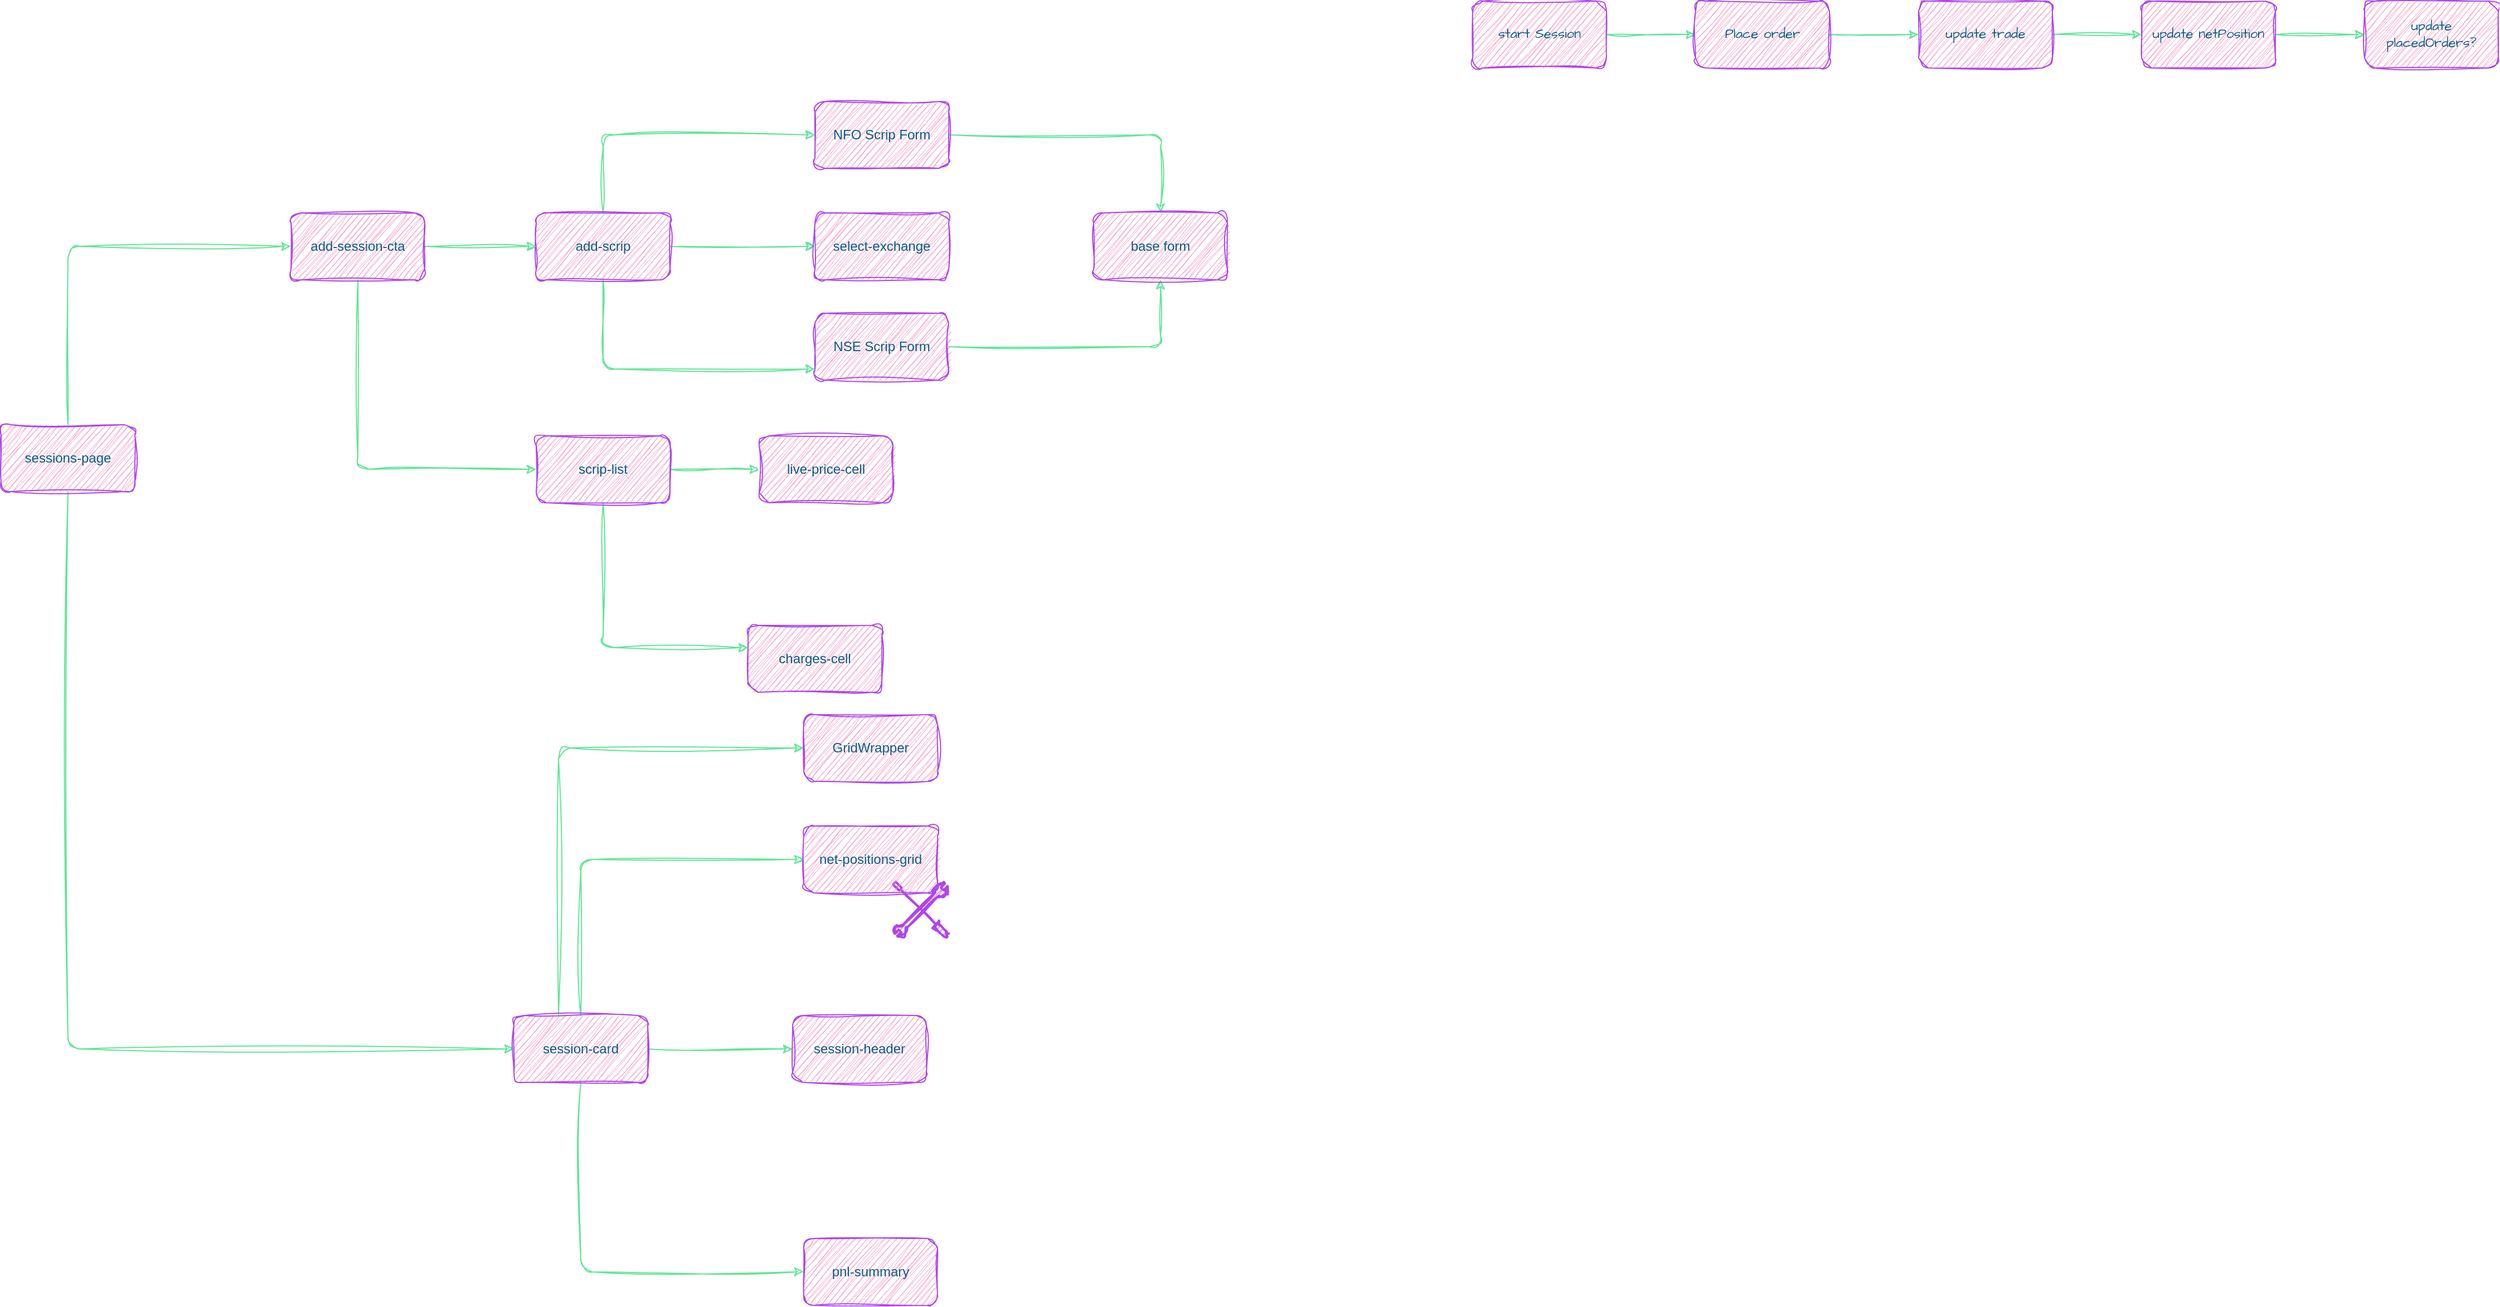
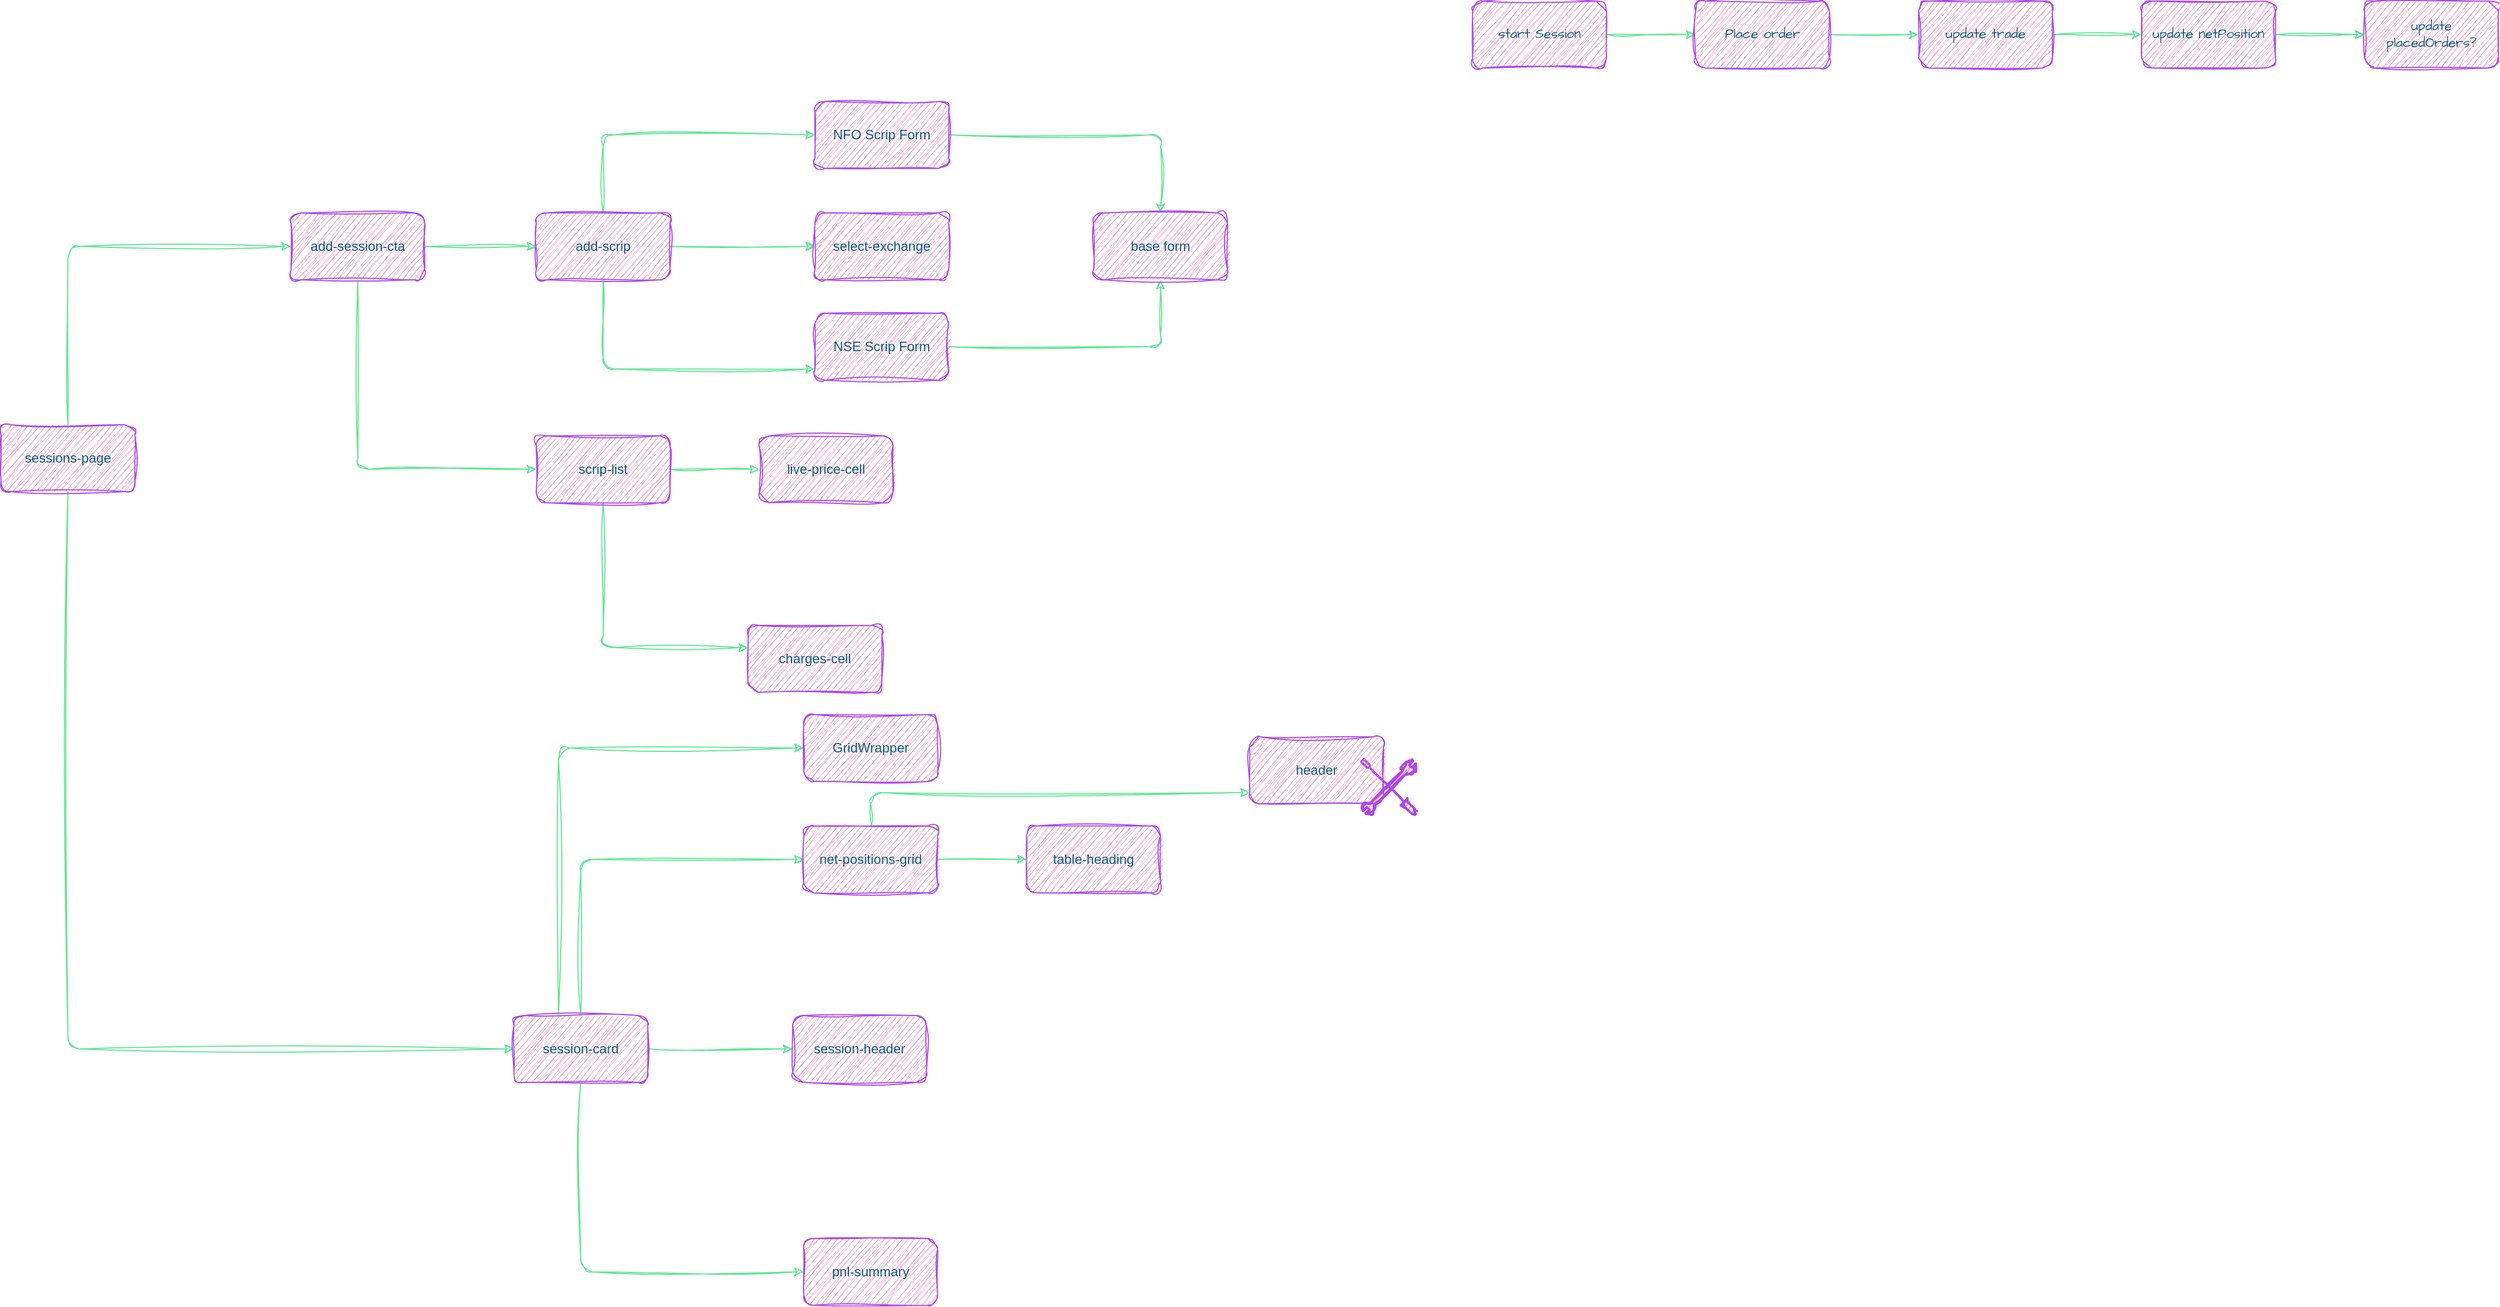
<mxfile host="app.diagrams.net" pages="5">
  <diagram id="wPQbEJP3DVO_ncDqMHqx" name="Sessions Page">
    <mxGraphModel dx="1887" dy="969" grid="1" gridSize="10" guides="1" tooltips="1" connect="1" arrows="1" fold="1" page="0" pageScale="1" pageWidth="402" pageHeight="874" math="0" shadow="0">
      <root>
        <mxCell id="0" />
        <mxCell id="1" parent="0" />
        <mxCell id="DB1AKVm6qyutKQlFYAWD-6" edge="1" parent="1" source="DB1AKVm6qyutKQlFYAWD-1" style="edgeStyle=orthogonalEdgeStyle;rounded=1;orthogonalLoop=1;jettySize=auto;html=1;sketch=1;curveFitting=1;jiggle=2;labelBackgroundColor=none;strokeColor=#60E696;fontColor=default;" target="DB1AKVm6qyutKQlFYAWD-5" value="">
          <mxGeometry relative="1" as="geometry" />
        </mxCell>
        <mxCell id="DB1AKVm6qyutKQlFYAWD-8" edge="1" parent="1" source="DB1AKVm6qyutKQlFYAWD-1" style="edgeStyle=orthogonalEdgeStyle;rounded=1;orthogonalLoop=1;jettySize=auto;html=1;sketch=1;curveFitting=1;jiggle=2;labelBackgroundColor=none;strokeColor=#60E696;fontColor=default;" target="DB1AKVm6qyutKQlFYAWD-7" value="">
          <mxGeometry relative="1" as="geometry">
            <Array as="points">
              <mxPoint x="120" y="270" />
            </Array>
          </mxGeometry>
        </mxCell>
        <mxCell id="DB1AKVm6qyutKQlFYAWD-10" edge="1" parent="1" source="DB1AKVm6qyutKQlFYAWD-1" style="edgeStyle=orthogonalEdgeStyle;rounded=1;orthogonalLoop=1;jettySize=auto;html=1;sketch=1;curveFitting=1;jiggle=2;labelBackgroundColor=none;strokeColor=#60E696;fontColor=default;" target="DB1AKVm6qyutKQlFYAWD-9" value="">
          <mxGeometry relative="1" as="geometry">
            <Array as="points">
              <mxPoint x="120" y="60" />
            </Array>
          </mxGeometry>
        </mxCell>
        <mxCell id="DB1AKVm6qyutKQlFYAWD-1" parent="1" style="rounded=1;whiteSpace=wrap;html=1;sketch=1;curveFitting=1;jiggle=2;labelBackgroundColor=none;fillColor=#F694C1;strokeColor=#AF45ED;fontColor=#095C86;" value="add-scrip" vertex="1">
          <mxGeometry height="60" width="120" x="60" y="130" as="geometry" />
        </mxCell>
        <mxCell id="DB1AKVm6qyutKQlFYAWD-4" edge="1" parent="1" source="DB1AKVm6qyutKQlFYAWD-3" style="edgeStyle=orthogonalEdgeStyle;rounded=1;orthogonalLoop=1;jettySize=auto;html=1;sketch=1;curveFitting=1;jiggle=2;labelBackgroundColor=none;strokeColor=#60E696;fontColor=default;" target="DB1AKVm6qyutKQlFYAWD-1" value="">
          <mxGeometry relative="1" as="geometry" />
        </mxCell>
        <mxCell id="DB1AKVm6qyutKQlFYAWD-12" edge="1" parent="1" source="DB1AKVm6qyutKQlFYAWD-3" style="edgeStyle=orthogonalEdgeStyle;rounded=1;orthogonalLoop=1;jettySize=auto;html=1;sketch=1;curveFitting=1;jiggle=2;labelBackgroundColor=none;strokeColor=#60E696;fontColor=default;" target="DB1AKVm6qyutKQlFYAWD-11" value="">
          <mxGeometry relative="1" as="geometry">
            <Array as="points">
              <mxPoint x="-100" y="360" />
            </Array>
          </mxGeometry>
        </mxCell>
        <mxCell id="DB1AKVm6qyutKQlFYAWD-3" parent="1" style="rounded=1;whiteSpace=wrap;html=1;sketch=1;curveFitting=1;jiggle=2;labelBackgroundColor=none;fillColor=#F694C1;strokeColor=#AF45ED;fontColor=#095C86;" value="add-session-cta" vertex="1">
          <mxGeometry height="60" width="120" x="-160" y="130" as="geometry" />
        </mxCell>
        <mxCell id="DB1AKVm6qyutKQlFYAWD-5" parent="1" style="whiteSpace=wrap;html=1;rounded=1;sketch=1;curveFitting=1;jiggle=2;labelBackgroundColor=none;fillColor=#F694C1;strokeColor=#AF45ED;fontColor=#095C86;" value="select-exchange" vertex="1">
          <mxGeometry height="60" width="120" x="310" y="130" as="geometry" />
        </mxCell>
        <mxCell id="ouMAoqMrmdJ_XqpmxOQB-3" edge="1" parent="1" source="DB1AKVm6qyutKQlFYAWD-7" style="edgeStyle=orthogonalEdgeStyle;rounded=1;sketch=1;hachureGap=4;jiggle=2;curveFitting=1;orthogonalLoop=1;jettySize=auto;html=1;fontFamily=Architects Daughter;fontSource=https%3A%2F%2Ffonts.googleapis.com%2Fcss%3Ffamily%3DArchitects%2BDaughter;labelBackgroundColor=none;strokeColor=#60E696;fontColor=default;" target="ouMAoqMrmdJ_XqpmxOQB-1">
          <mxGeometry relative="1" as="geometry" />
        </mxCell>
        <mxCell id="DB1AKVm6qyutKQlFYAWD-7" parent="1" style="whiteSpace=wrap;html=1;rounded=1;sketch=1;curveFitting=1;jiggle=2;labelBackgroundColor=none;fillColor=#F694C1;strokeColor=#AF45ED;fontColor=#095C86;" value="NSE Scrip Form" vertex="1">
          <mxGeometry height="60" width="120" x="310" y="220" as="geometry" />
        </mxCell>
        <mxCell id="ouMAoqMrmdJ_XqpmxOQB-2" edge="1" parent="1" source="DB1AKVm6qyutKQlFYAWD-9" style="edgeStyle=orthogonalEdgeStyle;rounded=1;sketch=1;hachureGap=4;jiggle=2;curveFitting=1;orthogonalLoop=1;jettySize=auto;html=1;fontFamily=Architects Daughter;fontSource=https%3A%2F%2Ffonts.googleapis.com%2Fcss%3Ffamily%3DArchitects%2BDaughter;labelBackgroundColor=none;strokeColor=#60E696;fontColor=default;" target="ouMAoqMrmdJ_XqpmxOQB-1" value="">
          <mxGeometry relative="1" as="geometry" />
        </mxCell>
        <mxCell id="DB1AKVm6qyutKQlFYAWD-9" parent="1" style="whiteSpace=wrap;html=1;rounded=1;sketch=1;curveFitting=1;jiggle=2;labelBackgroundColor=none;fillColor=#F694C1;strokeColor=#AF45ED;fontColor=#095C86;" value="NFO Scrip Form" vertex="1">
          <mxGeometry height="60" width="120" x="310" y="30" as="geometry" />
        </mxCell>
        <mxCell id="ouMAoqMrmdJ_XqpmxOQB-15" edge="1" parent="1" source="DB1AKVm6qyutKQlFYAWD-11" style="edgeStyle=orthogonalEdgeStyle;rounded=1;sketch=1;hachureGap=4;jiggle=2;curveFitting=1;orthogonalLoop=1;jettySize=auto;html=1;fontFamily=Architects Daughter;fontSource=https%3A%2F%2Ffonts.googleapis.com%2Fcss%3Ffamily%3DArchitects%2BDaughter;labelBackgroundColor=none;strokeColor=#60E696;fontColor=default;" target="ouMAoqMrmdJ_XqpmxOQB-14" value="">
          <mxGeometry relative="1" as="geometry" />
        </mxCell>
        <mxCell id="ouMAoqMrmdJ_XqpmxOQB-17" edge="1" parent="1" source="DB1AKVm6qyutKQlFYAWD-11" style="edgeStyle=orthogonalEdgeStyle;rounded=1;sketch=1;hachureGap=4;jiggle=2;curveFitting=1;orthogonalLoop=1;jettySize=auto;html=1;fontFamily=Architects Daughter;fontSource=https%3A%2F%2Ffonts.googleapis.com%2Fcss%3Ffamily%3DArchitects%2BDaughter;labelBackgroundColor=none;strokeColor=#60E696;fontColor=default;" target="ouMAoqMrmdJ_XqpmxOQB-16" value="">
          <mxGeometry relative="1" as="geometry">
            <Array as="points">
              <mxPoint x="120" y="520" />
            </Array>
          </mxGeometry>
        </mxCell>
        <mxCell id="DB1AKVm6qyutKQlFYAWD-11" parent="1" style="whiteSpace=wrap;html=1;rounded=1;sketch=1;curveFitting=1;jiggle=2;labelBackgroundColor=none;fillColor=#F694C1;strokeColor=#AF45ED;fontColor=#095C86;" value="scrip-list" vertex="1">
          <mxGeometry height="60" width="120" x="60" y="330" as="geometry" />
        </mxCell>
        <mxCell id="DB1AKVm6qyutKQlFYAWD-15" edge="1" parent="1" source="DB1AKVm6qyutKQlFYAWD-14" style="edgeStyle=orthogonalEdgeStyle;rounded=1;sketch=1;hachureGap=4;jiggle=2;curveFitting=1;orthogonalLoop=1;jettySize=auto;html=1;entryX=0;entryY=0.5;entryDx=0;entryDy=0;strokeColor=#60E696;fontFamily=Architects Daughter;fontSource=https%3A%2F%2Ffonts.googleapis.com%2Fcss%3Ffamily%3DArchitects%2BDaughter;fontColor=default;fillColor=#F694C1;labelBackgroundColor=none;" target="DB1AKVm6qyutKQlFYAWD-3">
          <mxGeometry relative="1" as="geometry">
            <Array as="points">
              <mxPoint x="-360" y="160" />
            </Array>
          </mxGeometry>
        </mxCell>
        <mxCell id="ouMAoqMrmdJ_XqpmxOQB-28" edge="1" parent="1" source="DB1AKVm6qyutKQlFYAWD-14" style="edgeStyle=orthogonalEdgeStyle;rounded=1;sketch=1;hachureGap=4;jiggle=2;curveFitting=1;orthogonalLoop=1;jettySize=auto;html=1;entryX=0;entryY=0.5;entryDx=0;entryDy=0;fontFamily=Architects Daughter;fontSource=https%3A%2F%2Ffonts.googleapis.com%2Fcss%3Ffamily%3DArchitects%2BDaughter;labelBackgroundColor=none;strokeColor=#60E696;fontColor=default;" target="ouMAoqMrmdJ_XqpmxOQB-19">
          <mxGeometry relative="1" as="geometry">
            <Array as="points">
              <mxPoint x="-360" y="880" />
            </Array>
          </mxGeometry>
        </mxCell>
        <mxCell id="DB1AKVm6qyutKQlFYAWD-14" parent="1" style="rounded=1;whiteSpace=wrap;html=1;sketch=1;curveFitting=1;jiggle=2;labelBackgroundColor=none;fillColor=#F694C1;strokeColor=#AF45ED;fontColor=#095C86;" value="sessions-page" vertex="1">
          <mxGeometry height="60" width="120" x="-420" y="320" as="geometry" />
        </mxCell>
        <mxCell id="ouMAoqMrmdJ_XqpmxOQB-1" parent="1" style="whiteSpace=wrap;html=1;fillColor=#F694C1;strokeColor=#AF45ED;fontColor=#095C86;rounded=1;sketch=1;curveFitting=1;jiggle=2;labelBackgroundColor=none;" value="base form" vertex="1">
          <mxGeometry height="60" width="120" x="560" y="130" as="geometry" />
        </mxCell>
        <mxCell id="ouMAoqMrmdJ_XqpmxOQB-6" edge="1" parent="1" source="ouMAoqMrmdJ_XqpmxOQB-4" style="edgeStyle=orthogonalEdgeStyle;rounded=1;sketch=1;hachureGap=4;jiggle=2;curveFitting=1;orthogonalLoop=1;jettySize=auto;html=1;fontFamily=Architects Daughter;fontSource=https%3A%2F%2Ffonts.googleapis.com%2Fcss%3Ffamily%3DArchitects%2BDaughter;labelBackgroundColor=none;strokeColor=#60E696;fontColor=default;" target="ouMAoqMrmdJ_XqpmxOQB-5" value="">
          <mxGeometry relative="1" as="geometry" />
        </mxCell>
        <mxCell id="ouMAoqMrmdJ_XqpmxOQB-4" parent="1" style="whiteSpace=wrap;html=1;sketch=1;hachureGap=4;jiggle=2;curveFitting=1;fontFamily=Architects Daughter;fontSource=https%3A%2F%2Ffonts.googleapis.com%2Fcss%3Ffamily%3DArchitects%2BDaughter;labelBackgroundColor=none;fillColor=#F694C1;strokeColor=#AF45ED;fontColor=#095C86;rounded=1;" value="start Session" vertex="1">
          <mxGeometry height="60" width="120" x="900" y="-60" as="geometry" />
        </mxCell>
        <mxCell id="ouMAoqMrmdJ_XqpmxOQB-8" edge="1" parent="1" source="ouMAoqMrmdJ_XqpmxOQB-5" style="edgeStyle=orthogonalEdgeStyle;rounded=1;sketch=1;hachureGap=4;jiggle=2;curveFitting=1;orthogonalLoop=1;jettySize=auto;html=1;fontFamily=Architects Daughter;fontSource=https%3A%2F%2Ffonts.googleapis.com%2Fcss%3Ffamily%3DArchitects%2BDaughter;labelBackgroundColor=none;strokeColor=#60E696;fontColor=default;" target="ouMAoqMrmdJ_XqpmxOQB-7" value="">
          <mxGeometry relative="1" as="geometry" />
        </mxCell>
        <mxCell id="ouMAoqMrmdJ_XqpmxOQB-5" parent="1" style="whiteSpace=wrap;html=1;fontFamily=Architects Daughter;sketch=1;hachureGap=4;jiggle=2;curveFitting=1;fontSource=https%3A%2F%2Ffonts.googleapis.com%2Fcss%3Ffamily%3DArchitects%2BDaughter;labelBackgroundColor=none;fillColor=#F694C1;strokeColor=#AF45ED;fontColor=#095C86;rounded=1;" value="Place order" vertex="1">
          <mxGeometry height="60" width="120" x="1100" y="-60" as="geometry" />
        </mxCell>
        <mxCell id="ouMAoqMrmdJ_XqpmxOQB-10" edge="1" parent="1" source="ouMAoqMrmdJ_XqpmxOQB-7" style="edgeStyle=orthogonalEdgeStyle;rounded=1;sketch=1;hachureGap=4;jiggle=2;curveFitting=1;orthogonalLoop=1;jettySize=auto;html=1;fontFamily=Architects Daughter;fontSource=https%3A%2F%2Ffonts.googleapis.com%2Fcss%3Ffamily%3DArchitects%2BDaughter;labelBackgroundColor=none;strokeColor=#60E696;fontColor=default;" target="ouMAoqMrmdJ_XqpmxOQB-9" value="">
          <mxGeometry relative="1" as="geometry" />
        </mxCell>
        <mxCell id="ouMAoqMrmdJ_XqpmxOQB-7" parent="1" style="whiteSpace=wrap;html=1;fontFamily=Architects Daughter;sketch=1;hachureGap=4;jiggle=2;curveFitting=1;fontSource=https%3A%2F%2Ffonts.googleapis.com%2Fcss%3Ffamily%3DArchitects%2BDaughter;labelBackgroundColor=none;fillColor=#F694C1;strokeColor=#AF45ED;fontColor=#095C86;rounded=1;" value="update trade" vertex="1">
          <mxGeometry height="60" width="120" x="1300" y="-60" as="geometry" />
        </mxCell>
        <mxCell id="ouMAoqMrmdJ_XqpmxOQB-12" edge="1" parent="1" source="ouMAoqMrmdJ_XqpmxOQB-9" style="edgeStyle=orthogonalEdgeStyle;rounded=1;sketch=1;hachureGap=4;jiggle=2;curveFitting=1;orthogonalLoop=1;jettySize=auto;html=1;fontFamily=Architects Daughter;fontSource=https%3A%2F%2Ffonts.googleapis.com%2Fcss%3Ffamily%3DArchitects%2BDaughter;labelBackgroundColor=none;strokeColor=#60E696;fontColor=default;" target="ouMAoqMrmdJ_XqpmxOQB-11" value="">
          <mxGeometry relative="1" as="geometry" />
        </mxCell>
        <mxCell id="ouMAoqMrmdJ_XqpmxOQB-9" parent="1" style="whiteSpace=wrap;html=1;fontFamily=Architects Daughter;sketch=1;hachureGap=4;jiggle=2;curveFitting=1;fontSource=https%3A%2F%2Ffonts.googleapis.com%2Fcss%3Ffamily%3DArchitects%2BDaughter;labelBackgroundColor=none;fillColor=#F694C1;strokeColor=#AF45ED;fontColor=#095C86;rounded=1;" value="update netPosition" vertex="1">
          <mxGeometry height="60" width="120" x="1500" y="-60" as="geometry" />
        </mxCell>
        <mxCell id="ouMAoqMrmdJ_XqpmxOQB-11" parent="1" style="whiteSpace=wrap;html=1;fontFamily=Architects Daughter;sketch=1;hachureGap=4;jiggle=2;curveFitting=1;fontSource=https%3A%2F%2Ffonts.googleapis.com%2Fcss%3Ffamily%3DArchitects%2BDaughter;labelBackgroundColor=none;fillColor=#F694C1;strokeColor=#AF45ED;fontColor=#095C86;rounded=1;" value="update placedOrders?" vertex="1">
          <mxGeometry height="60" width="120" x="1700" y="-60" as="geometry" />
        </mxCell>
        <mxCell id="ouMAoqMrmdJ_XqpmxOQB-13" parent="1" style="html=1;verticalLabelPosition=bottom;align=center;labelBackgroundColor=none;verticalAlign=top;strokeWidth=2;strokeColor=#AF45ED;shadow=0;dashed=0;shape=mxgraph.ios7.icons.tools;pointerEvents=1;sketch=1;hachureGap=4;jiggle=2;curveFitting=1;fontFamily=Architects Daughter;fontSource=https%3A%2F%2Ffonts.googleapis.com%2Fcss%3Ffamily%3DArchitects%2BDaughter;fillColor=#F694C1;fontColor=#095C86;rounded=1;" value="" vertex="1">
-           <mxGeometry height="50" width="50" x="380" y="730" as="geometry" />
+           <mxGeometry height="50" width="50" x="800" y="620" as="geometry" />
        </mxCell>
        <mxCell id="ouMAoqMrmdJ_XqpmxOQB-14" parent="1" style="whiteSpace=wrap;html=1;fillColor=#F694C1;strokeColor=#AF45ED;fontColor=#095C86;rounded=1;sketch=1;curveFitting=1;jiggle=2;labelBackgroundColor=none;" value="live-price-cell" vertex="1">
          <mxGeometry height="60" width="120" x="260" y="330" as="geometry" />
        </mxCell>
        <mxCell id="ouMAoqMrmdJ_XqpmxOQB-16" parent="1" style="whiteSpace=wrap;html=1;fillColor=#F694C1;strokeColor=#AF45ED;fontColor=#095C86;rounded=1;sketch=1;curveFitting=1;jiggle=2;labelBackgroundColor=none;" value="charges-cell" vertex="1">
          <mxGeometry height="60" width="120" x="250" y="500" as="geometry" />
        </mxCell>
        <mxCell id="ouMAoqMrmdJ_XqpmxOQB-22" edge="1" parent="1" source="ouMAoqMrmdJ_XqpmxOQB-19" style="edgeStyle=orthogonalEdgeStyle;rounded=1;sketch=1;hachureGap=4;jiggle=2;curveFitting=1;orthogonalLoop=1;jettySize=auto;html=1;fontFamily=Architects Daughter;fontSource=https%3A%2F%2Ffonts.googleapis.com%2Fcss%3Ffamily%3DArchitects%2BDaughter;labelBackgroundColor=none;strokeColor=#60E696;fontColor=default;" target="ouMAoqMrmdJ_XqpmxOQB-21" value="">
          <mxGeometry relative="1" as="geometry" />
        </mxCell>
        <mxCell id="ouMAoqMrmdJ_XqpmxOQB-25" edge="1" parent="1" source="ouMAoqMrmdJ_XqpmxOQB-19" style="edgeStyle=orthogonalEdgeStyle;rounded=1;sketch=1;hachureGap=4;jiggle=2;curveFitting=1;orthogonalLoop=1;jettySize=auto;html=1;entryX=0;entryY=0.5;entryDx=0;entryDy=0;fontFamily=Architects Daughter;fontSource=https%3A%2F%2Ffonts.googleapis.com%2Fcss%3Ffamily%3DArchitects%2BDaughter;labelBackgroundColor=none;strokeColor=#60E696;fontColor=default;" target="ouMAoqMrmdJ_XqpmxOQB-23">
          <mxGeometry relative="1" as="geometry">
            <Array as="points">
              <mxPoint x="100" y="710" />
            </Array>
          </mxGeometry>
        </mxCell>
        <mxCell id="ouMAoqMrmdJ_XqpmxOQB-27" edge="1" parent="1" source="ouMAoqMrmdJ_XqpmxOQB-19" style="edgeStyle=orthogonalEdgeStyle;rounded=1;sketch=1;hachureGap=4;jiggle=2;curveFitting=1;orthogonalLoop=1;jettySize=auto;html=1;fontFamily=Architects Daughter;fontSource=https%3A%2F%2Ffonts.googleapis.com%2Fcss%3Ffamily%3DArchitects%2BDaughter;labelBackgroundColor=none;strokeColor=#60E696;fontColor=default;" target="ouMAoqMrmdJ_XqpmxOQB-26" value="">
          <mxGeometry relative="1" as="geometry">
            <Array as="points">
              <mxPoint x="100" y="1080" />
            </Array>
          </mxGeometry>
        </mxCell>
        <mxCell id="ouMAoqMrmdJ_XqpmxOQB-30" edge="1" parent="1" source="ouMAoqMrmdJ_XqpmxOQB-19" style="edgeStyle=orthogonalEdgeStyle;rounded=1;sketch=1;hachureGap=4;jiggle=2;curveFitting=1;orthogonalLoop=1;jettySize=auto;html=1;strokeColor=#60E696;fontFamily=Architects Daughter;fontSource=https%3A%2F%2Ffonts.googleapis.com%2Fcss%3Ffamily%3DArchitects%2BDaughter;fontColor=#095C86;fillColor=#F694C1;" target="ouMAoqMrmdJ_XqpmxOQB-29" value="">
          <mxGeometry relative="1" as="geometry">
            <Array as="points">
              <mxPoint x="80" y="610" />
            </Array>
          </mxGeometry>
        </mxCell>
        <mxCell id="ouMAoqMrmdJ_XqpmxOQB-19" parent="1" style="whiteSpace=wrap;html=1;fillColor=#F694C1;strokeColor=#AF45ED;fontColor=#095C86;rounded=1;sketch=1;curveFitting=1;jiggle=2;labelBackgroundColor=none;" value="session-card" vertex="1">
          <mxGeometry height="60" width="120" x="40" y="850" as="geometry" />
        </mxCell>
        <mxCell id="ouMAoqMrmdJ_XqpmxOQB-21" parent="1" style="whiteSpace=wrap;html=1;fillColor=#F694C1;strokeColor=#AF45ED;fontColor=#095C86;rounded=1;sketch=1;curveFitting=1;jiggle=2;labelBackgroundColor=none;" value="session-header" vertex="1">
          <mxGeometry height="60" width="120" x="290" y="850" as="geometry" />
        </mxCell>
+         <mxCell id="ouMAoqMrmdJ_XqpmxOQB-32" edge="1" parent="1" source="ouMAoqMrmdJ_XqpmxOQB-23" style="edgeStyle=orthogonalEdgeStyle;rounded=1;sketch=1;hachureGap=4;jiggle=2;curveFitting=1;orthogonalLoop=1;jettySize=auto;html=1;strokeColor=#60E696;fontFamily=Architects Daughter;fontSource=https%3A%2F%2Ffonts.googleapis.com%2Fcss%3Ffamily%3DArchitects%2BDaughter;fontColor=#095C86;fillColor=#F694C1;" target="ouMAoqMrmdJ_XqpmxOQB-31" value="">
+           <mxGeometry relative="1" as="geometry">
+             <Array as="points">
+               <mxPoint x="360" y="650" />
+             </Array>
+           </mxGeometry>
+         </mxCell>
+         <mxCell id="ouMAoqMrmdJ_XqpmxOQB-34" edge="1" parent="1" source="ouMAoqMrmdJ_XqpmxOQB-23" style="edgeStyle=orthogonalEdgeStyle;rounded=1;sketch=1;hachureGap=4;jiggle=2;curveFitting=1;orthogonalLoop=1;jettySize=auto;html=1;strokeColor=#60E696;fontFamily=Architects Daughter;fontSource=https%3A%2F%2Ffonts.googleapis.com%2Fcss%3Ffamily%3DArchitects%2BDaughter;fontColor=#095C86;fillColor=#F694C1;" target="ouMAoqMrmdJ_XqpmxOQB-33" value="">
+           <mxGeometry relative="1" as="geometry" />
+         </mxCell>
        <mxCell id="ouMAoqMrmdJ_XqpmxOQB-23" parent="1" style="whiteSpace=wrap;html=1;fillColor=#F694C1;strokeColor=#AF45ED;fontColor=#095C86;rounded=1;sketch=1;curveFitting=1;jiggle=2;labelBackgroundColor=none;" value="net-positions-grid" vertex="1">
          <mxGeometry height="60" width="120" x="300" y="680" as="geometry" />
        </mxCell>
        <mxCell id="ouMAoqMrmdJ_XqpmxOQB-26" parent="1" style="whiteSpace=wrap;html=1;fillColor=#F694C1;strokeColor=#AF45ED;fontColor=#095C86;rounded=1;sketch=1;curveFitting=1;jiggle=2;labelBackgroundColor=none;" value="pnl-summary" vertex="1">
          <mxGeometry height="60" width="120" x="300" y="1050" as="geometry" />
        </mxCell>
        <mxCell id="ouMAoqMrmdJ_XqpmxOQB-29" parent="1" style="whiteSpace=wrap;html=1;fillColor=#F694C1;strokeColor=#AF45ED;fontColor=#095C86;rounded=1;sketch=1;curveFitting=1;jiggle=2;labelBackgroundColor=none;" value="GridWrapper" vertex="1">
          <mxGeometry height="60" width="120" x="300" y="580" as="geometry" />
+         </mxCell>
+         <mxCell id="ouMAoqMrmdJ_XqpmxOQB-31" parent="1" style="whiteSpace=wrap;html=1;fillColor=#F694C1;strokeColor=#AF45ED;fontColor=#095C86;rounded=1;sketch=1;curveFitting=1;jiggle=2;labelBackgroundColor=none;" value="header" vertex="1">
+           <mxGeometry height="60" width="120" x="700" y="600" as="geometry" />
+         </mxCell>
+         <mxCell id="ouMAoqMrmdJ_XqpmxOQB-33" parent="1" style="whiteSpace=wrap;html=1;fillColor=#F694C1;strokeColor=#AF45ED;fontColor=#095C86;rounded=1;sketch=1;curveFitting=1;jiggle=2;labelBackgroundColor=none;" value="table-heading" vertex="1">
+           <mxGeometry height="60" width="120" x="500" y="680" as="geometry" />
        </mxCell>
      </root>
    </mxGraphModel>
  </diagram>
  <diagram id="YVkBlKKJ4RNEtawBKbZk" name="Session">
    <mxGraphModel dx="1357" dy="626" grid="1" gridSize="10" guides="1" tooltips="1" connect="1" arrows="1" fold="1" page="0" pageScale="1" pageWidth="402" pageHeight="874" math="0" shadow="0">
      <root>
        <mxCell id="0" />
        <mxCell id="1" parent="0" />
        <mxCell id="b8iQl_XISdQ6rZ6kNcMQ-3" edge="1" parent="1" source="b8iQl_XISdQ6rZ6kNcMQ-1" style="edgeStyle=orthogonalEdgeStyle;rounded=0;orthogonalLoop=1;jettySize=auto;html=1;" target="b8iQl_XISdQ6rZ6kNcMQ-2" value="">
          <mxGeometry relative="1" as="geometry" />
        </mxCell>
        <mxCell id="b8iQl_XISdQ6rZ6kNcMQ-1" parent="1" style="rounded=1;whiteSpace=wrap;html=1;" value="start session" vertex="1">
          <mxGeometry height="60" width="120" x="-200" y="80" as="geometry" />
        </mxCell>
        <mxCell id="b8iQl_XISdQ6rZ6kNcMQ-5" edge="1" parent="1" source="b8iQl_XISdQ6rZ6kNcMQ-2" style="edgeStyle=orthogonalEdgeStyle;rounded=0;orthogonalLoop=1;jettySize=auto;html=1;" target="b8iQl_XISdQ6rZ6kNcMQ-4" value="">
          <mxGeometry relative="1" as="geometry" />
        </mxCell>
        <mxCell id="b8iQl_XISdQ6rZ6kNcMQ-2" parent="1" style="whiteSpace=wrap;html=1;rounded=1;" value="place orders&amp;nbsp;&lt;br&gt;(all or none)" vertex="1">
          <mxGeometry height="60" width="120" y="80" as="geometry" />
        </mxCell>
        <mxCell id="b8iQl_XISdQ6rZ6kNcMQ-7" edge="1" parent="1" source="b8iQl_XISdQ6rZ6kNcMQ-4" style="edgeStyle=orthogonalEdgeStyle;rounded=0;orthogonalLoop=1;jettySize=auto;html=1;" target="b8iQl_XISdQ6rZ6kNcMQ-6" value="">
          <mxGeometry relative="1" as="geometry" />
        </mxCell>
        <mxCell id="b8iQl_XISdQ6rZ6kNcMQ-4" parent="1" style="whiteSpace=wrap;html=1;rounded=1;" value="update margins" vertex="1">
          <mxGeometry height="60" width="120" x="200" y="80" as="geometry" />
        </mxCell>
        <mxCell id="b8iQl_XISdQ6rZ6kNcMQ-6" parent="1" style="whiteSpace=wrap;html=1;rounded=1;" value="create session" vertex="1">
          <mxGeometry height="60" width="120" x="200" y="200" as="geometry" />
        </mxCell>
        <mxCell id="b8iQl_XISdQ6rZ6kNcMQ-8" parent="1" style="rounded=1;whiteSpace=wrap;html=1;fillColor=#fff2cc;strokeColor=#d6b656;" value="firebase" vertex="1">
          <mxGeometry height="40" width="80" x="300" y="190" as="geometry" />
        </mxCell>
        <mxCell id="b8iQl_XISdQ6rZ6kNcMQ-9" parent="1" style="rounded=1;whiteSpace=wrap;html=1;fillColor=#fff2cc;strokeColor=#d6b656;" value="kite" vertex="1">
          <mxGeometry height="40" width="80" x="80" y="50" as="geometry" />
        </mxCell>
        <mxCell id="b8iQl_XISdQ6rZ6kNcMQ-10" parent="1" style="rounded=1;whiteSpace=wrap;html=1;fillColor=#fff2cc;strokeColor=#d6b656;" value="firebase" vertex="1">
          <mxGeometry height="40" width="80" x="290" y="60" as="geometry" />
        </mxCell>
      </root>
    </mxGraphModel>
  </diagram>
  <diagram id="4KjMPYYtLXdBkkJX1B08" name="Auth">
    <mxGraphModel dx="1276" dy="835" grid="0" gridSize="10" guides="1" tooltips="1" connect="1" arrows="1" fold="1" page="0" pageScale="1" pageWidth="402" pageHeight="874" math="0" shadow="0">
      <root>
        <mxCell id="0" />
        <mxCell id="1" parent="0" />
        <mxCell id="pPH6oVQiPgVcm9OUePWL-3" edge="1" parent="1" source="pPH6oVQiPgVcm9OUePWL-1" style="edgeStyle=orthogonalEdgeStyle;rounded=0;orthogonalLoop=1;jettySize=auto;html=1;" target="pPH6oVQiPgVcm9OUePWL-2" value="">
          <mxGeometry relative="1" as="geometry" />
        </mxCell>
        <mxCell id="pPH6oVQiPgVcm9OUePWL-1" parent="1" style="rounded=1;whiteSpace=wrap;html=1;" value="User clicks &quot;Login&quot; Button" vertex="1">
          <mxGeometry height="60" width="120" x="23" y="101" as="geometry" />
        </mxCell>
        <mxCell id="pPH6oVQiPgVcm9OUePWL-5" edge="1" parent="1" source="pPH6oVQiPgVcm9OUePWL-2" style="edgeStyle=orthogonalEdgeStyle;rounded=0;orthogonalLoop=1;jettySize=auto;html=1;" target="pPH6oVQiPgVcm9OUePWL-4" value="">
          <mxGeometry relative="1" as="geometry" />
        </mxCell>
        <mxCell id="pPH6oVQiPgVcm9OUePWL-2" parent="1" style="whiteSpace=wrap;html=1;rounded=1;" value="Open the Login URL" vertex="1">
          <mxGeometry height="60" width="120" x="223" y="101" as="geometry" />
        </mxCell>
        <mxCell id="pPH6oVQiPgVcm9OUePWL-7" edge="1" parent="1" source="pPH6oVQiPgVcm9OUePWL-4" style="edgeStyle=orthogonalEdgeStyle;rounded=0;orthogonalLoop=1;jettySize=auto;html=1;" target="pPH6oVQiPgVcm9OUePWL-6" value="">
          <mxGeometry relative="1" as="geometry" />
        </mxCell>
        <mxCell id="pPH6oVQiPgVcm9OUePWL-4" parent="1" style="whiteSpace=wrap;html=1;rounded=1;" value="User logins to Zerodha" vertex="1">
          <mxGeometry height="60" width="120" x="423" y="101" as="geometry" />
        </mxCell>
        <mxCell id="pPH6oVQiPgVcm9OUePWL-9" edge="1" parent="1" source="pPH6oVQiPgVcm9OUePWL-6" style="edgeStyle=orthogonalEdgeStyle;rounded=0;orthogonalLoop=1;jettySize=auto;html=1;" target="pPH6oVQiPgVcm9OUePWL-8" value="">
          <mxGeometry relative="1" as="geometry" />
        </mxCell>
        <mxCell id="pPH6oVQiPgVcm9OUePWL-6" parent="1" style="whiteSpace=wrap;html=1;rounded=1;" value="Redirected to callback URL with request_token&lt;br&gt;&lt;b&gt;http://localhost:3000/api/auth/kite/callback&lt;/b&gt;" vertex="1">
          <mxGeometry height="60" width="262" x="352" y="244" as="geometry" />
        </mxCell>
        <mxCell id="pPH6oVQiPgVcm9OUePWL-13" edge="1" parent="1" source="pPH6oVQiPgVcm9OUePWL-8" style="edgeStyle=orthogonalEdgeStyle;rounded=0;orthogonalLoop=1;jettySize=auto;html=1;" target="pPH6oVQiPgVcm9OUePWL-12" value="">
          <mxGeometry relative="1" as="geometry" />
        </mxCell>
        <mxCell id="pPH6oVQiPgVcm9OUePWL-8" parent="1" style="whiteSpace=wrap;html=1;rounded=1;" value="In loader for this route, generate the session" vertex="1">
          <mxGeometry height="60" width="120" x="17" y="244" as="geometry" />
        </mxCell>
        <mxCell id="pPH6oVQiPgVcm9OUePWL-15" edge="1" parent="1" source="pPH6oVQiPgVcm9OUePWL-12" style="edgeStyle=orthogonalEdgeStyle;rounded=0;orthogonalLoop=1;jettySize=auto;html=1;" target="pPH6oVQiPgVcm9OUePWL-14" value="">
          <mxGeometry relative="1" as="geometry" />
        </mxCell>
        <mxCell id="pPH6oVQiPgVcm9OUePWL-12" parent="1" style="whiteSpace=wrap;html=1;rounded=1;" value="Serialize and save the access token in cookie" vertex="1">
          <mxGeometry height="60" width="120" x="17" y="384" as="geometry" />
        </mxCell>
        <mxCell id="pPH6oVQiPgVcm9OUePWL-17" edge="1" parent="1" source="pPH6oVQiPgVcm9OUePWL-14" style="edgeStyle=orthogonalEdgeStyle;rounded=0;orthogonalLoop=1;jettySize=auto;html=1;" target="pPH6oVQiPgVcm9OUePWL-16" value="">
          <mxGeometry relative="1" as="geometry" />
        </mxCell>
        <mxCell id="pPH6oVQiPgVcm9OUePWL-14" parent="1" style="whiteSpace=wrap;html=1;rounded=1;" value="redirect to /dashboard" vertex="1">
          <mxGeometry height="60" width="120" x="217" y="384" as="geometry" />
        </mxCell>
        <mxCell id="pPH6oVQiPgVcm9OUePWL-19" edge="1" parent="1" source="pPH6oVQiPgVcm9OUePWL-16" style="edgeStyle=orthogonalEdgeStyle;rounded=0;orthogonalLoop=1;jettySize=auto;html=1;" target="pPH6oVQiPgVcm9OUePWL-18" value="">
          <mxGeometry relative="1" as="geometry" />
        </mxCell>
        <mxCell id="pPH6oVQiPgVcm9OUePWL-16" parent="1" style="whiteSpace=wrap;html=1;rounded=1;" value="in dashboard loader, get the access token from the cookie and send it to client" vertex="1">
          <mxGeometry height="60" width="120" x="417" y="384" as="geometry" />
        </mxCell>
        <mxCell id="pPH6oVQiPgVcm9OUePWL-21" edge="1" parent="1" source="pPH6oVQiPgVcm9OUePWL-18" style="edgeStyle=orthogonalEdgeStyle;rounded=0;orthogonalLoop=1;jettySize=auto;html=1;" target="pPH6oVQiPgVcm9OUePWL-20" value="">
          <mxGeometry relative="1" as="geometry" />
        </mxCell>
        <mxCell id="pPH6oVQiPgVcm9OUePWL-18" parent="1" style="whiteSpace=wrap;html=1;rounded=1;" value="front-end creates the kc client with api_key and access_token.&amp;nbsp;&amp;nbsp;" vertex="1">
          <mxGeometry height="60" width="120" x="617" y="384" as="geometry" />
        </mxCell>
        <mxCell id="pPH6oVQiPgVcm9OUePWL-20" parent="1" style="whiteSpace=wrap;html=1;rounded=1;" value="use kc client for calling Kite APIs" vertex="1">
          <mxGeometry height="60" width="120" x="617" y="524" as="geometry" />
        </mxCell>
      </root>
    </mxGraphModel>
  </diagram>
  <diagram name="UI/UX" id="5MV4RERJIjpIYta4IkZD">
    <mxGraphModel dx="3134" dy="2189" grid="0" gridSize="10" guides="1" tooltips="1" connect="1" arrows="1" fold="1" page="0" pageScale="1" pageWidth="402" pageHeight="874" background="#ffffff" math="0" shadow="0">
      <root>
        <mxCell id="0" />
        <mxCell id="1" parent="0" />
        <mxCell id="ExlUUjPYo0Ii6ma58Pc_-14" parent="1" style="rounded=1;whiteSpace=wrap;html=1;" value="" vertex="1">
          <mxGeometry height="321" width="1097" x="-296" y="-20" as="geometry" />
        </mxCell>
        <mxCell id="ExlUUjPYo0Ii6ma58Pc_-13" parent="1" style="rounded=1;whiteSpace=wrap;html=1;" value="" vertex="1">
          <mxGeometry height="321" width="1097" x="-287" y="732" as="geometry" />
        </mxCell>
        <mxCell id="iMmVTYed4h1aN_pzg3ix-1" parent="1" style="text;html=1;whiteSpace=wrap;strokeColor=none;fillColor=none;align=center;verticalAlign=middle;rounded=0;fontStyle=1;fontSize=48;fontColor=light-dark(#7a7978, #ededed);" value="Net Qty." vertex="1">
          <mxGeometry height="59" width="60" x="-120" y="72" as="geometry" />
        </mxCell>
        <mxCell id="iMmVTYed4h1aN_pzg3ix-2" parent="1" style="text;html=1;whiteSpace=wrap;strokeColor=none;fillColor=none;align=center;verticalAlign=middle;rounded=0;fontStyle=1;fontSize=48;fontColor=light-dark(#7a7978, #ededed);" value="AVG. PRICE" vertex="1">
          <mxGeometry height="59" width="60" x="149" y="61" as="geometry" />
        </mxCell>
        <mxCell id="iMmVTYed4h1aN_pzg3ix-3" parent="1" style="text;html=1;whiteSpace=wrap;strokeColor=none;fillColor=none;align=center;verticalAlign=middle;rounded=0;fontStyle=1;fontSize=48;fontColor=light-dark(#7a7978, #ededed);" value="LTP" vertex="1">
          <mxGeometry height="59" width="60" x="418" y="61" as="geometry" />
        </mxCell>
        <mxCell id="iMmVTYed4h1aN_pzg3ix-4" parent="1" style="text;html=1;whiteSpace=wrap;strokeColor=none;fillColor=none;align=center;verticalAlign=middle;rounded=0;fontStyle=1;fontSize=48;fontColor=light-dark(#7a7978, #ededed);" value="PnL" vertex="1">
          <mxGeometry height="59" width="60" x="687" y="61" as="geometry" />
        </mxCell>
        <mxCell id="iMmVTYed4h1aN_pzg3ix-5" parent="1" style="text;html=1;whiteSpace=wrap;strokeColor=none;fillColor=none;align=center;verticalAlign=middle;rounded=0;fontSize=36;fontStyle=1" value="100" vertex="1">
          <mxGeometry height="30" width="60" x="-120" y="211" as="geometry" />
        </mxCell>
        <mxCell id="iMmVTYed4h1aN_pzg3ix-6" parent="1" style="text;html=1;whiteSpace=wrap;strokeColor=none;fillColor=none;align=center;verticalAlign=middle;rounded=0;fontSize=36;fontStyle=1" value="36.40" vertex="1">
          <mxGeometry height="30" width="60" x="149" y="211" as="geometry" />
        </mxCell>
        <mxCell id="iMmVTYed4h1aN_pzg3ix-7" parent="1" style="text;html=1;whiteSpace=wrap;strokeColor=none;fillColor=none;align=center;verticalAlign=middle;rounded=0;fontSize=36;fontStyle=1" value="37.45" vertex="1">
          <mxGeometry height="30" width="60" x="418" y="211" as="geometry" />
        </mxCell>
        <mxCell id="iMmVTYed4h1aN_pzg3ix-8" parent="1" style="text;html=1;whiteSpace=wrap;strokeColor=none;fillColor=none;align=center;verticalAlign=middle;rounded=0;fontSize=36;fontStyle=1" value="100" vertex="1">
          <mxGeometry height="30" width="60" x="687" y="211" as="geometry" />
        </mxCell>
        <mxCell id="7si3vGMUa6yKKs87A3T9-2" edge="1" parent="1" source="7si3vGMUa6yKKs87A3T9-1" style="edgeStyle=orthogonalEdgeStyle;rounded=0;orthogonalLoop=1;jettySize=auto;html=1;exitX=0.5;exitY=0;exitDx=0;exitDy=0;entryX=0;entryY=0.5;entryDx=0;entryDy=0;" target="iMmVTYed4h1aN_pzg3ix-5">
          <mxGeometry relative="1" as="geometry">
            <Array as="points">
              <mxPoint x="-283" y="227" />
              <mxPoint x="-139" y="227" />
            </Array>
            <mxPoint x="-139.09090909090924" y="259.27272727272725" as="targetPoint" />
          </mxGeometry>
        </mxCell>
        <mxCell id="7si3vGMUa6yKKs87A3T9-1" parent="1" style="text;html=1;whiteSpace=wrap;strokeColor=none;fillColor=none;align=center;verticalAlign=middle;rounded=0;fontStyle=1" value="Red color if negative, blue color if positive" vertex="1">
          <mxGeometry height="70" width="129" x="-347" y="453" as="geometry" />
        </mxCell>
        <mxCell id="7si3vGMUa6yKKs87A3T9-4" edge="1" parent="1" source="7si3vGMUa6yKKs87A3T9-3" style="edgeStyle=orthogonalEdgeStyle;rounded=0;orthogonalLoop=1;jettySize=auto;html=1;entryX=0.5;entryY=1;entryDx=0;entryDy=0;" target="iMmVTYed4h1aN_pzg3ix-8">
          <mxGeometry relative="1" as="geometry" />
        </mxCell>
        <mxCell id="7si3vGMUa6yKKs87A3T9-3" parent="1" style="text;html=1;whiteSpace=wrap;strokeColor=none;fillColor=none;align=center;verticalAlign=middle;rounded=0;fontStyle=1" value="Red color if negative, blue color if positive" vertex="1">
          <mxGeometry height="70" width="129" x="681" y="398" as="geometry" />
        </mxCell>
        <mxCell id="7si3vGMUa6yKKs87A3T9-5" parent="1" style="text;html=1;whiteSpace=wrap;strokeColor=none;fillColor=none;align=center;verticalAlign=middle;rounded=0;" value="Will receive the following props:&lt;br&gt;netQuantity: number;&lt;br&gt;&lt;div&gt;averagePrice: number&lt;/div&gt;&lt;div&gt;ltp: number;&lt;/div&gt;" vertex="1">
          <mxGeometry height="101" width="203" x="-25" y="355" as="geometry" />
        </mxCell>
        <mxCell id="7si3vGMUa6yKKs87A3T9-6" parent="1" style="text;html=1;whiteSpace=wrap;strokeColor=none;fillColor=none;align=center;verticalAlign=middle;rounded=0;" value="PnL needs to be calculated by the component" vertex="1">
          <mxGeometry height="101" width="203" x="-21" y="482" as="geometry" />
        </mxCell>
        <mxCell id="7si3vGMUa6yKKs87A3T9-7" parent="1" style="text;html=1;whiteSpace=wrap;strokeColor=none;fillColor=none;align=center;verticalAlign=middle;rounded=0;fontStyle=1;fontSize=48;fontColor=light-dark(#7a7978, #ededed);" value="Net Qty." vertex="1">
          <mxGeometry height="59" width="60" x="-186" y="816" as="geometry" />
        </mxCell>
        <mxCell id="7si3vGMUa6yKKs87A3T9-8" parent="1" style="text;html=1;whiteSpace=wrap;strokeColor=none;fillColor=none;align=center;verticalAlign=middle;rounded=0;fontStyle=1;fontSize=48;fontColor=light-dark(#7a7978, #ededed);" value="AVG. PRICE" vertex="1">
          <mxGeometry height="59" width="60" x="83" y="805" as="geometry" />
        </mxCell>
        <mxCell id="7si3vGMUa6yKKs87A3T9-9" parent="1" style="text;html=1;whiteSpace=wrap;strokeColor=none;fillColor=none;align=center;verticalAlign=middle;rounded=0;fontStyle=1;fontSize=48;fontColor=light-dark(#7a7978, #ededed);" value="LTP" vertex="1">
          <mxGeometry height="59" width="60" x="352" y="805" as="geometry" />
        </mxCell>
        <mxCell id="7si3vGMUa6yKKs87A3T9-10" parent="1" style="text;html=1;whiteSpace=wrap;strokeColor=none;fillColor=none;align=center;verticalAlign=middle;rounded=0;fontStyle=1;fontSize=48;fontColor=light-dark(#7a7978, #ededed);" value="PnL" vertex="1">
          <mxGeometry height="59" width="60" x="621" y="805" as="geometry" />
        </mxCell>
        <mxCell id="7si3vGMUa6yKKs87A3T9-11" parent="1" style="text;html=1;whiteSpace=wrap;strokeColor=none;fillColor=none;align=center;verticalAlign=middle;rounded=0;fontSize=18;fontStyle=1" value="{props.netQuantity}" vertex="1">
          <mxGeometry height="30" width="60" x="-186" y="955" as="geometry" />
        </mxCell>
        <mxCell id="7si3vGMUa6yKKs87A3T9-12" parent="1" style="text;html=1;whiteSpace=wrap;strokeColor=none;fillColor=none;align=center;verticalAlign=middle;rounded=0;fontSize=18;fontStyle=1" value="&lt;div&gt;{props.averagePrice}&lt;/div&gt;" vertex="1">
          <mxGeometry height="30" width="60" x="83" y="955" as="geometry" />
        </mxCell>
        <mxCell id="7si3vGMUa6yKKs87A3T9-13" parent="1" style="text;html=1;whiteSpace=wrap;strokeColor=none;fillColor=none;align=center;verticalAlign=middle;rounded=0;fontSize=18;fontStyle=1" value="{props.ltp}" vertex="1">
          <mxGeometry height="30" width="60" x="352" y="955" as="geometry" />
        </mxCell>
        <mxCell id="7si3vGMUa6yKKs87A3T9-14" parent="1" style="text;html=1;whiteSpace=wrap;strokeColor=none;fillColor=none;align=center;verticalAlign=middle;rounded=0;fontSize=18;fontStyle=1" value="{pnl}" vertex="1">
          <mxGeometry height="30" width="60" x="621" y="955" as="geometry" />
        </mxCell>
        <mxCell id="ExlUUjPYo0Ii6ma58Pc_-1" parent="1" style="rounded=1;whiteSpace=wrap;html=1;" value="" vertex="1">
          <mxGeometry height="321" width="1253" x="-202" y="1234" as="geometry" />
        </mxCell>
        <mxCell id="ExlUUjPYo0Ii6ma58Pc_-2" parent="1" style="text;html=1;whiteSpace=wrap;strokeColor=none;fillColor=none;align=center;verticalAlign=middle;rounded=0;fontStyle=1;fontSize=48;fontColor=light-dark(#7a7978, #ededed);" value="Total Margin" vertex="1">
          <mxGeometry height="59" width="168" x="-154" y="1292" as="geometry" />
        </mxCell>
        <mxCell id="ExlUUjPYo0Ii6ma58Pc_-3" parent="1" style="text;html=1;whiteSpace=wrap;strokeColor=none;fillColor=none;align=center;verticalAlign=middle;rounded=0;fontStyle=1;fontSize=48;fontColor=light-dark(#7a7978, #ededed);" value="Utilized Margin" vertex="1">
          <mxGeometry height="59" width="168" x="330" y="1295" as="geometry" />
        </mxCell>
        <mxCell id="ExlUUjPYo0Ii6ma58Pc_-4" parent="1" style="text;html=1;whiteSpace=wrap;strokeColor=none;fillColor=none;align=center;verticalAlign=middle;rounded=0;fontStyle=1;fontSize=48;fontColor=light-dark(#7a7978, #ededed);" value="Net Margin" vertex="1">
          <mxGeometry height="59" width="168" x="813" y="1289" as="geometry" />
        </mxCell>
        <mxCell id="ExlUUjPYo0Ii6ma58Pc_-5" parent="1" style="text;html=1;whiteSpace=wrap;strokeColor=none;fillColor=none;align=center;verticalAlign=middle;rounded=0;fontSize=42;" value="₹2000" vertex="1">
          <mxGeometry height="30" width="60" x="-100" y="1412" as="geometry" />
        </mxCell>
        <mxCell id="ExlUUjPYo0Ii6ma58Pc_-7" parent="1" style="text;html=1;whiteSpace=wrap;strokeColor=none;fillColor=none;align=center;verticalAlign=middle;rounded=0;fontSize=42;" value="₹200" vertex="1">
          <mxGeometry height="30" width="60" x="384" y="1412" as="geometry" />
        </mxCell>
        <mxCell id="ExlUUjPYo0Ii6ma58Pc_-8" parent="1" style="text;html=1;whiteSpace=wrap;strokeColor=none;fillColor=none;align=center;verticalAlign=middle;rounded=0;fontSize=42;" value="₹1800" vertex="1">
          <mxGeometry height="30" width="60" x="867" y="1412" as="geometry" />
        </mxCell>
        <mxCell id="ExlUUjPYo0Ii6ma58Pc_-9" parent="1" style="html=1;shadow=0;dashed=0;shape=mxgraph.bootstrap.rrect;rSize=5;fillColor=#E9ECEF;strokeColor=none;" value="" vertex="1">
          <mxGeometry height="20" width="800" x="24.5" y="1507" as="geometry" />
        </mxCell>
        <mxCell id="ExlUUjPYo0Ii6ma58Pc_-10" parent="ExlUUjPYo0Ii6ma58Pc_-9" style="html=1;shadow=0;dashed=0;shape=mxgraph.bootstrap.leftButton;rSize=5;fillColor=#1CA5B8;strokeColor=none;resizeHeight=1;" value="" vertex="1">
          <mxGeometry height="20" relative="1" width="250" as="geometry" />
        </mxCell>
        <mxCell id="ExlUUjPYo0Ii6ma58Pc_-11" parent="1" style="text;html=1;whiteSpace=wrap;strokeColor=none;fillColor=none;align=center;verticalAlign=middle;rounded=0;fontSize=24;" value="The max value on the progress bar is the total margin and the filled in part is the utilized margin" vertex="1">
          <mxGeometry height="92" width="269" x="175" y="1620" as="geometry" />
        </mxCell>
        <mxCell id="ExlUUjPYo0Ii6ma58Pc_-12" edge="1" parent="1" source="ExlUUjPYo0Ii6ma58Pc_-11" style="edgeStyle=orthogonalEdgeStyle;rounded=0;orthogonalLoop=1;jettySize=auto;html=1;exitX=0.5;exitY=0;exitDx=0;exitDy=0;entryX=0.412;entryY=0.999;entryDx=0;entryDy=0;entryPerimeter=0;" target="ExlUUjPYo0Ii6ma58Pc_-1">
          <mxGeometry relative="1" as="geometry" />
        </mxCell>
      </root>
    </mxGraphModel>
  </diagram>
  <diagram id="dmkDPsUycKQvBsQ4H3Di" name="Kite-Fly-Ticker-Architecture">
    <mxGraphModel dx="1357" dy="626" grid="0" gridSize="10" guides="1" tooltips="1" connect="1" arrows="1" fold="1" page="0" pageScale="1" pageWidth="402" pageHeight="874" math="0" shadow="0">
      <root>
        <mxCell id="0" />
        <mxCell id="1" parent="0" />
        <mxCell id="FDZGNOtkY16CQce4NqAR-3" edge="1" parent="1" source="FDZGNOtkY16CQce4NqAR-1" style="edgeStyle=orthogonalEdgeStyle;rounded=0;orthogonalLoop=1;jettySize=auto;html=1;" target="FDZGNOtkY16CQce4NqAR-2" value="">
          <mxGeometry relative="1" as="geometry" />
        </mxCell>
        <mxCell id="FDZGNOtkY16CQce4NqAR-1" parent="1" style="rounded=1;whiteSpace=wrap;html=1;" value="Client posts a request - for example:&lt;br&gt;&lt;div&gt;&lt;br&gt;&lt;/div&gt;&lt;br&gt;&lt;div&gt;fetch(&quot;http://localhost:3000/api/ltp&quot;, () =&amp;gt; {&lt;/div&gt;&lt;div&gt;method: &quot;POST&quot;,&lt;/div&gt;&lt;div&gt;body: JSON.stringify({&lt;/div&gt;&lt;div&gt;instrument: &quot;WIPRO&quot;,&lt;br&gt;ltp: 128.10&lt;/div&gt;&lt;div&gt;})&lt;/div&gt;&lt;div&gt;})&lt;br&gt;&lt;br&gt;The call is made from another site - for ex. https://kite.zerodha.com&lt;/div&gt;" vertex="1">
          <mxGeometry height="236" width="345" x="-33" y="45" as="geometry" />
        </mxCell>
        <mxCell id="FDZGNOtkY16CQce4NqAR-5" edge="1" parent="1" source="FDZGNOtkY16CQce4NqAR-2" style="edgeStyle=orthogonalEdgeStyle;rounded=0;orthogonalLoop=1;jettySize=auto;html=1;" target="FDZGNOtkY16CQce4NqAR-4" value="">
          <mxGeometry relative="1" as="geometry" />
        </mxCell>
        <mxCell id="FDZGNOtkY16CQce4NqAR-2" parent="1" style="whiteSpace=wrap;html=1;rounded=1;" value="SERVER" vertex="1">
          <mxGeometry height="60" width="120" x="504.5" y="98.5" as="geometry" />
        </mxCell>
        <mxCell id="FDZGNOtkY16CQce4NqAR-8" edge="1" parent="1" source="FDZGNOtkY16CQce4NqAR-4" style="edgeStyle=orthogonalEdgeStyle;rounded=0;orthogonalLoop=1;jettySize=auto;html=1;exitX=0.75;exitY=1;exitDx=0;exitDy=0;entryX=1;entryY=0.75;entryDx=0;entryDy=0;" target="FDZGNOtkY16CQce4NqAR-6">
          <mxGeometry relative="1" as="geometry" />
        </mxCell>
        <mxCell id="FDZGNOtkY16CQce4NqAR-4" parent="1" style="whiteSpace=wrap;html=1;rounded=1;" value="Websocket" vertex="1">
          <mxGeometry height="60" width="120" x="504.5" y="265" as="geometry" />
        </mxCell>
        <mxCell id="FDZGNOtkY16CQce4NqAR-7" edge="1" parent="1" source="FDZGNOtkY16CQce4NqAR-6" style="edgeStyle=orthogonalEdgeStyle;rounded=0;orthogonalLoop=1;jettySize=auto;html=1;entryX=0.5;entryY=1;entryDx=0;entryDy=0;" target="FDZGNOtkY16CQce4NqAR-4">
          <mxGeometry relative="1" as="geometry" />
        </mxCell>
        <mxCell id="FDZGNOtkY16CQce4NqAR-6" parent="1" style="rounded=1;whiteSpace=wrap;html=1;" value="On another client,&lt;div&gt;new Websocket()&lt;/div&gt;// receive the data which is sent from /api/ltp" vertex="1">
          <mxGeometry height="167" width="345" x="1" y="392" as="geometry" />
        </mxCell>
      </root>
    </mxGraphModel>
  </diagram>
</mxfile>
